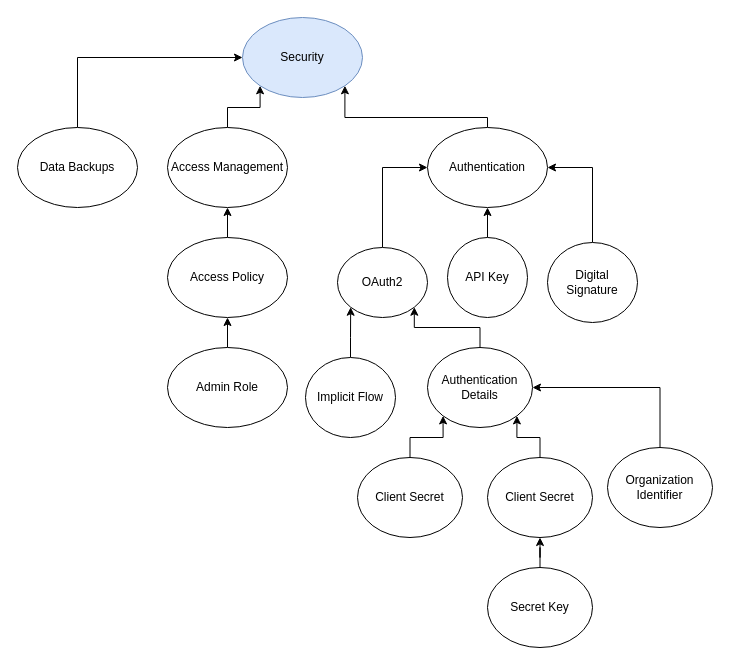
Before: thematic_analysis/diagrams/Security.drawio in ruizsalvat/Master-Project-Information-Sciences, a draw.io diagram. Source tidied: cells renumbered, new cells numbered last; positions are measured from the earlier drawing's top-left corner, leaving out a move shared by most shapes. Both pictures are drawn from the tidied source at 100%, with x=0, y=0 at pixel (17, 17).
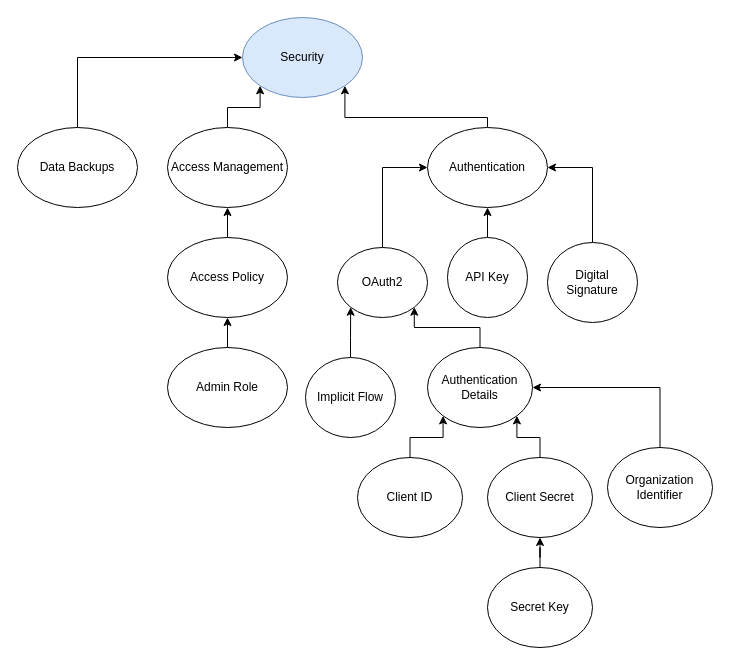
The same diagram, later.

The edit, as a diff of the source:
```diff
@@
-    <mxCell id="24" value="Client Secret" style="ellipse;whiteSpace=wrap;html=1;" parent="1" vertex="1">
+    <mxCell id="24" value="Client ID" style="ellipse;whiteSpace=wrap;html=1;" parent="1" vertex="1">
       <mxGeometry x="340" y="440" width="105" height="80" as="geometry" />
     </mxCell>
```
